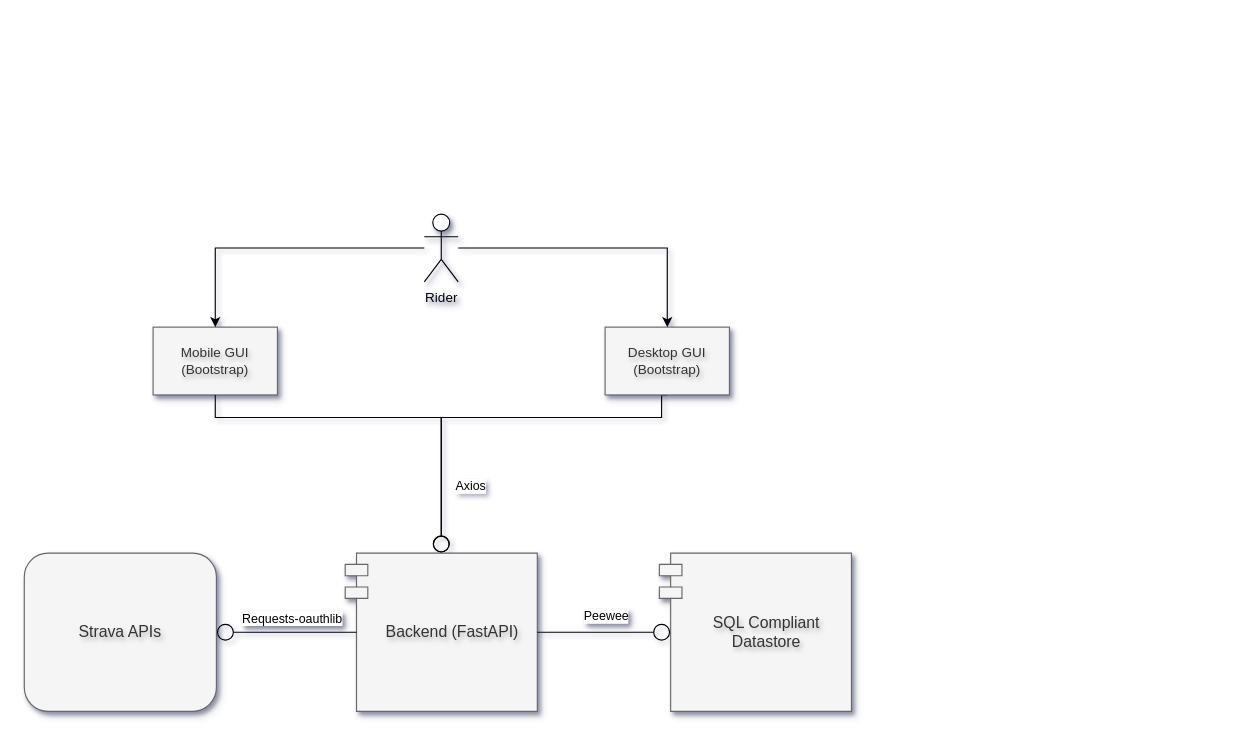
Earlier version of the draw.io diagram page "System overview" (1 of 7) of docs/all_diagrams.drawio (xivind/velo-supervisor-2000). Source tidied: cells renumbered, new cells numbered last; positions are measured from the earlier drawing's top-left corner, leaving out a move shared by most shapes. Both pictures are drawn from the tidied source at 113%, with x=0, y=0 at pixel (24, 214).
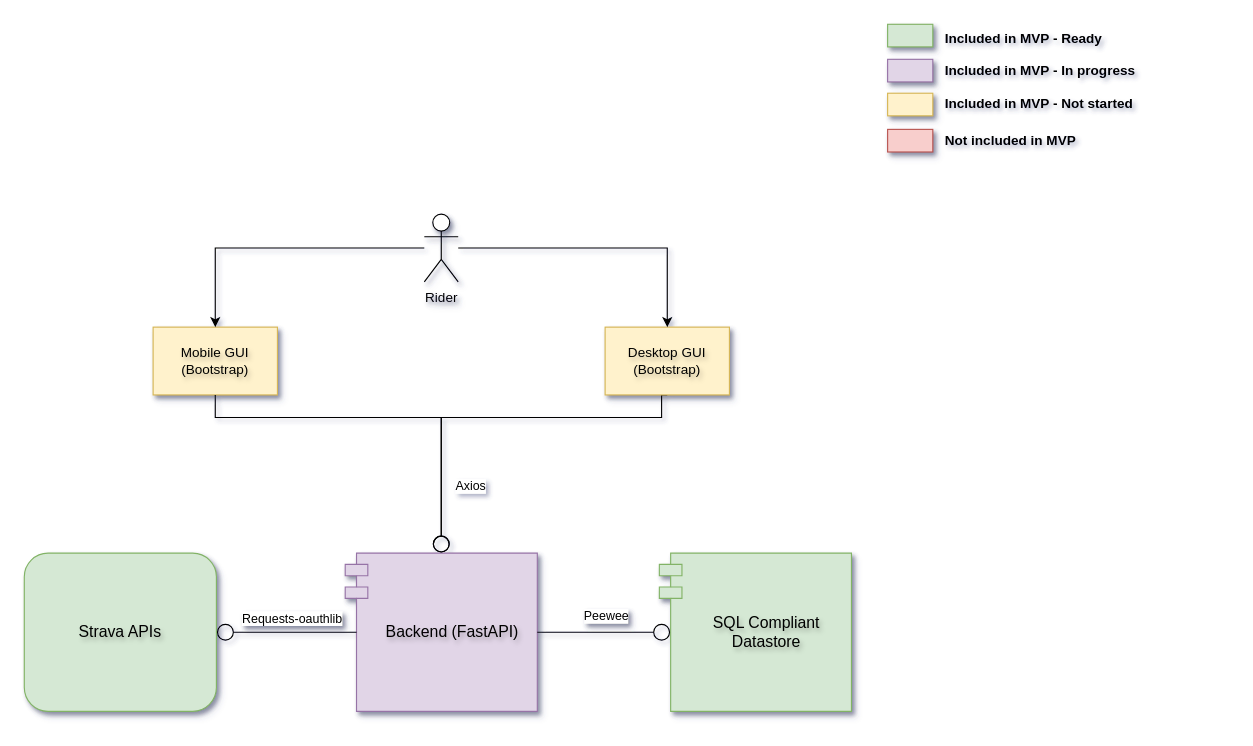
Above is the later version.

Commit message:
Included legend

Change to the diagram source:
```diff
@@
-    <mxCell id="2" value="Mobile GUI (Bootstrap)" style="rounded=0;whiteSpace=wrap;html=1;verticalAlign=middle;textShadow=1;shadow=1;fillColor=#f5f5f5;fontColor=#333333;strokeColor=#666666;" parent="1" vertex="1">
+    <mxCell id="2" value="Mobile GUI (Bootstrap)" style="rounded=0;whiteSpace=wrap;html=1;verticalAlign=middle;textShadow=1;shadow=1;fillColor=#fff2cc;strokeColor=#d6b656;" parent="1" vertex="1">
       <mxGeometry x="114" y="100" width="110" height="60" as="geometry" />
     </mxCell>
@@
-    <mxCell id="5" value="Desktop GUI (Bootstrap)" style="rounded=0;whiteSpace=wrap;html=1;verticalAlign=middle;textShadow=1;shadow=1;fillColor=#f5f5f5;fontColor=#333333;strokeColor=#666666;" parent="1" vertex="1">
+    <mxCell id="5" value="Desktop GUI (Bootstrap)" style="rounded=0;whiteSpace=wrap;html=1;verticalAlign=middle;textShadow=1;shadow=1;fillColor=#fff2cc;strokeColor=#d6b656;" parent="1" vertex="1">
       <mxGeometry x="514" y="100" width="110" height="60" as="geometry" />
     </mxCell>
-    <mxCell id="6" value="Backend (FastAPI)" style="shape=module;align=left;spacingLeft=20;align=center;verticalAlign=middle;whiteSpace=wrap;html=1;textShadow=1;shadow=1;fontSize=14;fontStyle=0;fillColor=#f5f5f5;fontColor=#333333;strokeColor=#666666;" parent="1" vertex="1">
+    <mxCell id="6" value="Backend (FastAPI)" style="shape=module;align=left;spacingLeft=20;align=center;verticalAlign=middle;whiteSpace=wrap;html=1;textShadow=1;shadow=1;fontSize=14;fontStyle=0;fillColor=#e1d5e7;strokeColor=#9673a6;" parent="1" vertex="1">
       <mxGeometry x="284" y="300" width="170" height="140" as="geometry" />
     </mxCell>
@@
-    <mxCell id="10" value="Strava APIs" style="rounded=1;whiteSpace=wrap;html=1;fillColor=#f5f5f5;textShadow=1;shadow=1;verticalAlign=middle;fontSize=14;fontColor=#333333;strokeColor=#666666;" parent="1" vertex="1">
+    <mxCell id="10" value="Strava APIs" style="rounded=1;whiteSpace=wrap;html=1;fillColor=#d5e8d4;textShadow=1;shadow=1;verticalAlign=middle;fontSize=14;strokeColor=#82b366;" parent="1" vertex="1">
       <mxGeometry y="300" width="170" height="140" as="geometry" />
     </mxCell>
@@
-    <mxCell id="12" value="SQL Compliant Datastore" style="shape=module;align=left;spacingLeft=20;align=center;verticalAlign=middle;whiteSpace=wrap;html=1;textShadow=1;shadow=1;fontSize=14;fillColor=#f5f5f5;fontColor=#333333;strokeColor=#666666;" parent="1" vertex="1">
+    <mxCell id="12" value="SQL Compliant Datastore" style="shape=module;align=left;spacingLeft=20;align=center;verticalAlign=middle;whiteSpace=wrap;html=1;textShadow=1;shadow=1;fontSize=14;fillColor=#d5e8d4;strokeColor=#82b366;" parent="1" vertex="1">
       <mxGeometry x="562" y="300" width="170" height="140" as="geometry" />
     </mxCell>
@@
+    <mxCell id="17" style="rounded=0;whiteSpace=wrap;html=1;verticalAlign=middle;textShadow=1;shadow=1;fillColor=#fff2cc;strokeColor=#d6b656;" parent="1" vertex="1">
+      <mxGeometry x="764" y="-107" width="40" height="20" as="geometry" />
+    </mxCell>
+    <mxCell id="18" value="Included in MVP - Ready" style="text;html=1;align=left;verticalAlign=middle;whiteSpace=wrap;rounded=0;fontStyle=1;" parent="1" vertex="1">
+      <mxGeometry x="813" y="-170" width="231" height="30" as="geometry" />
+    </mxCell>
+    <mxCell id="19" style="rounded=0;whiteSpace=wrap;html=1;verticalAlign=middle;textShadow=1;shadow=1;fillColor=#d5e8d4;strokeColor=#82b366;" parent="1" vertex="1">
+      <mxGeometry x="764" y="-168" width="40" height="20" as="geometry" />
+    </mxCell>
+    <mxCell id="20" value="Included in MVP - Not started" style="text;html=1;align=left;verticalAlign=middle;whiteSpace=wrap;rounded=0;fontStyle=1;" parent="1" vertex="1">
+      <mxGeometry x="813" y="-112" width="251" height="30" as="geometry" />
+    </mxCell>
+    <mxCell id="21" style="rounded=0;whiteSpace=wrap;html=1;verticalAlign=middle;textShadow=1;shadow=1;fillColor=#f8cecc;strokeColor=#b85450;" parent="1" vertex="1">
+      <mxGeometry x="764" y="-75" width="40" height="20" as="geometry" />
+    </mxCell>
+    <mxCell id="22" value="Not included in MVP" style="text;html=1;align=left;verticalAlign=middle;whiteSpace=wrap;rounded=0;fontStyle=1;" parent="1" vertex="1">
+      <mxGeometry x="813" y="-80" width="160" height="30" as="geometry" />
+    </mxCell>
+    <mxCell id="23" style="rounded=0;whiteSpace=wrap;html=1;verticalAlign=middle;textShadow=1;shadow=1;fillColor=#e1d5e7;strokeColor=#9673a6;" parent="1" vertex="1">
+      <mxGeometry x="764" y="-137" width="40" height="20" as="geometry" />
+    </mxCell>
+    <mxCell id="24" value="Included in MVP - In progress" style="text;html=1;align=left;verticalAlign=middle;whiteSpace=wrap;rounded=0;fontStyle=1;" parent="1" vertex="1">
+      <mxGeometry x="813" y="-142" width="200" height="30" as="geometry" />
+    </mxCell>
```
